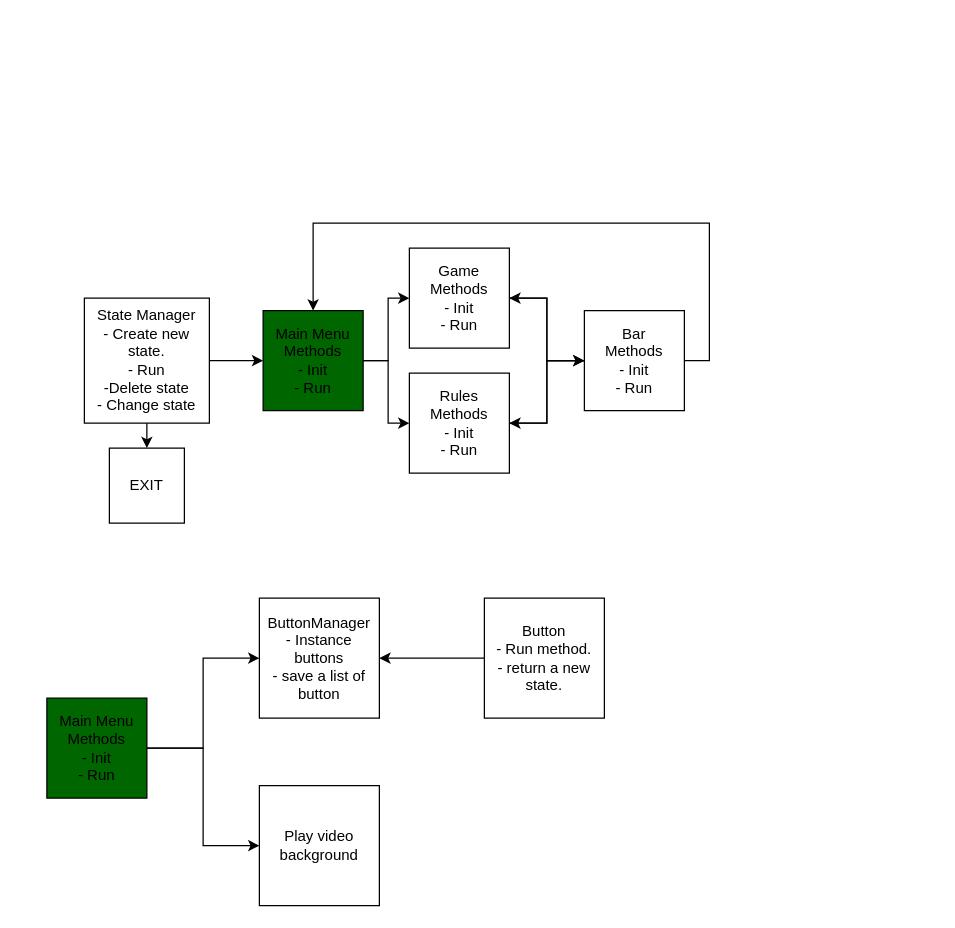
anycodef/ElectricGame keeps this draw.io diagram as scheme/skeleton.drawio. Above is the earlier version. Source tidied: cells renumbered, new cells numbered last; positions are measured from the earlier drawing's top-left corner, leaving out a move shared by most shapes. Both pictures are drawn from the tidied source at 125%, with x=0, y=0 at pixel (46, 222).
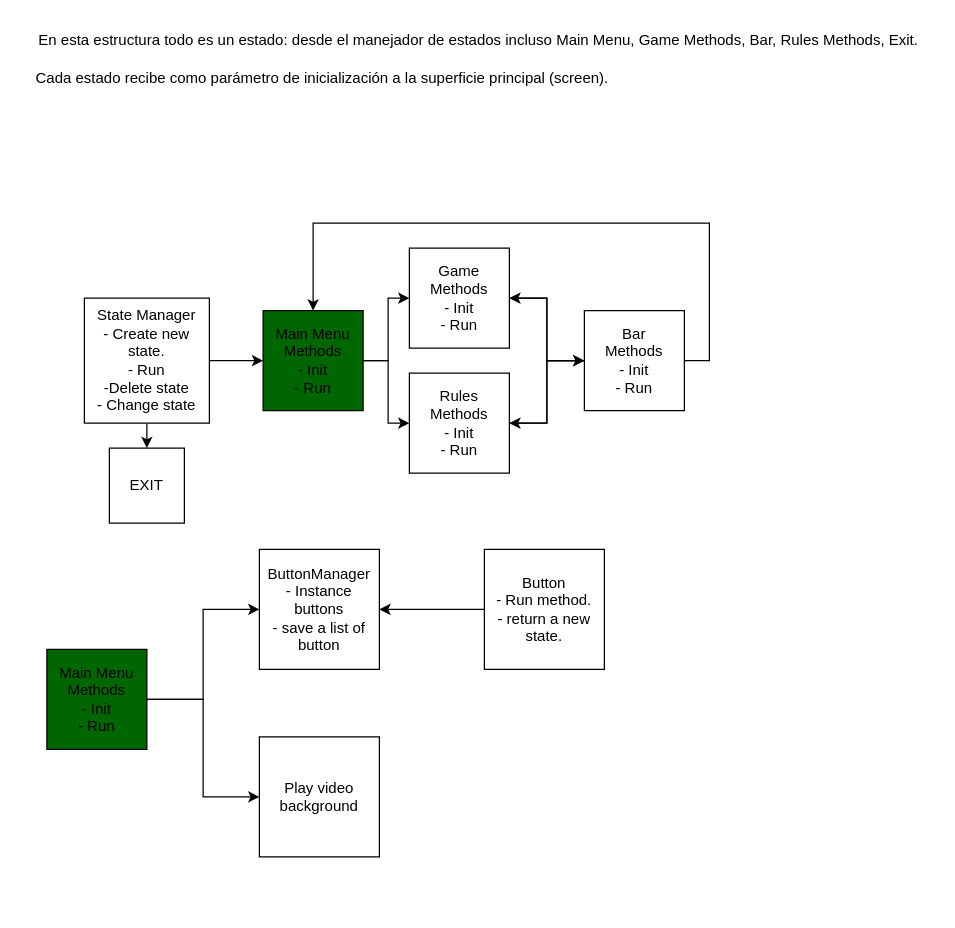
The same diagram, later.

Commit message (it also covers changes not shown here):
This version show a menu. And it have a structure for add other states.

The edit, as a diff of the source:
```diff
@@
     <mxCell id="19" value="ButtonManager&lt;br&gt;- Instance buttons&lt;br&gt;- save a list of button" style="whiteSpace=wrap;html=1;" parent="1" vertex="1">
-      <mxGeometry x="170" y="300" width="96" height="96" as="geometry" />
+      <mxGeometry x="170" y="261" width="96" height="96" as="geometry" />
     </mxCell>
     <mxCell id="20" value="Play video background" style="whiteSpace=wrap;html=1;" parent="1" vertex="1">
-      <mxGeometry x="170" y="450" width="96" height="96" as="geometry" />
+      <mxGeometry x="170" y="411" width="96" height="96" as="geometry" />
     </mxCell>
@@
     <mxCell id="22" value="Button&lt;br&gt;- Run method.&lt;br&gt;- return a new state." style="whiteSpace=wrap;html=1;" parent="1" vertex="1">
-      <mxGeometry x="350" y="300" width="96" height="96" as="geometry" />
+      <mxGeometry x="350" y="261" width="96" height="96" as="geometry" />
     </mxCell>
     <mxCell id="23" value="Main Menu&lt;br&gt;Methods&lt;br&gt;- Init&lt;br&gt;- Run" style="whiteSpace=wrap;html=1;fillColor=#006600;" parent="1" vertex="1">
-      <mxGeometry y="380" width="80" height="80" as="geometry" />
+      <mxGeometry y="341" width="80" height="80" as="geometry" />
     </mxCell>
+    <mxCell id="24" value="En esta estructura todo es un estado: desde el manejador de estados incluso Main Menu, Game Methods, Bar, Rules Methods, Exit." style="text;html=1;align=center;verticalAlign=middle;strokeColor=none;fillColor=none;" parent="1" vertex="1">
+      <mxGeometry x="-20" y="-161" width="730" height="30" as="geometry" />
+    </mxCell>
+    <mxCell id="25" value="Cada estado recibe como parámetro de inicialización a la superficie principal (screen)." style="text;html=1;align=center;verticalAlign=middle;strokeColor=none;fillColor=none;" parent="1" vertex="1">
+      <mxGeometry x="-20" y="-131" width="480" height="30" as="geometry" />
+    </mxCell>
```
